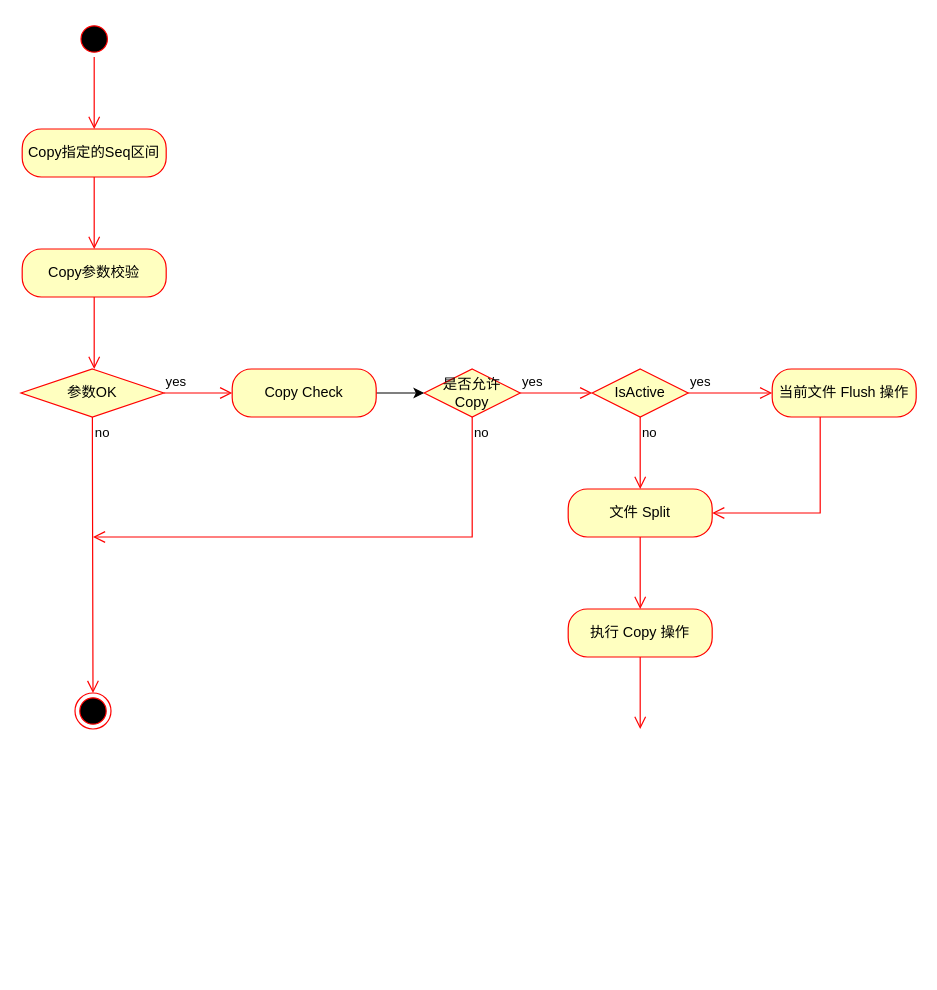
Before: page "Copy流程" (3 of 3) of Filelog.drawio in sun-iot/draw.io, a draw.io diagram. Source tidied: cells renumbered, new cells numbered last; positions are measured from the earlier drawing's top-left corner, leaving out a move shared by most shapes. Both pictures are drawn from the tidied source at 120%, with x=0, y=0 at pixel (20, 20).
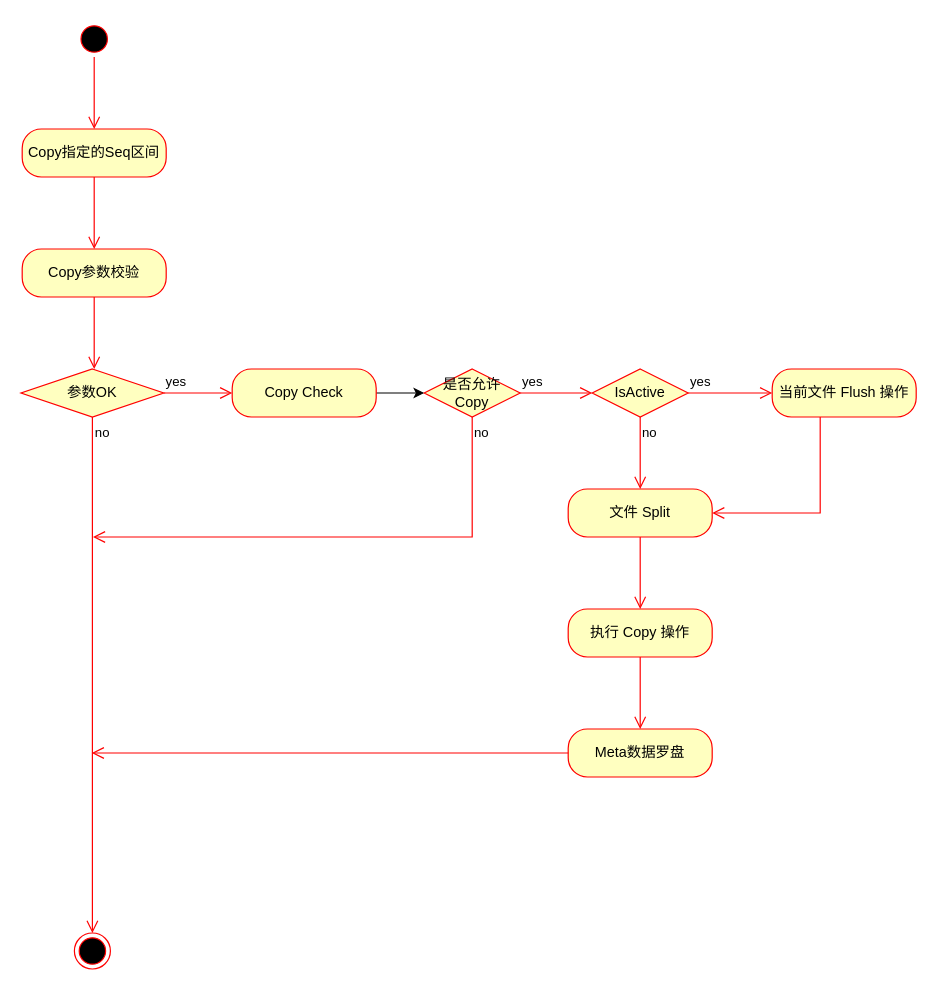
After the change.

Change to the diagram source:
```diff
@@
     <mxCell id="11" style="ellipse;html=1;shape=endState;fillColor=#000000;strokeColor=#ff0000;" parent="1" vertex="1">
-      <mxGeometry x="45" y="560" width="30" height="30" as="geometry" />
+      <mxGeometry x="44.5" y="760" width="30" height="30" as="geometry" />
     </mxCell>
@@
+    <mxCell id="26" value="Meta数据罗盘" style="rounded=1;whiteSpace=wrap;html=1;arcSize=40;fontColor=#000000;fillColor=#ffffc0;strokeColor=#ff0000;" parent="1" vertex="1">
+      <mxGeometry x="456" y="590" width="120" height="40" as="geometry" />
+    </mxCell>
+    <mxCell id="27" style="edgeStyle=orthogonalEdgeStyle;html=1;verticalAlign=bottom;endArrow=open;endSize=8;strokeColor=#ff0000;rounded=0;" parent="1" edge="1" source="26">
+      <mxGeometry relative="1" as="geometry">
+        <mxPoint x="59" y="610" as="targetPoint" />
+      </mxGeometry>
+    </mxCell>
```
